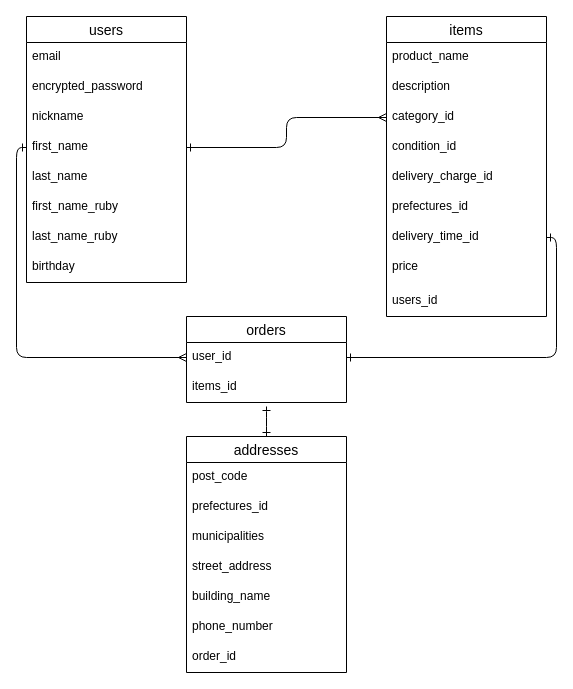
miotaro/furima-39960 keeps this draw.io diagram as furima_database_ER.dio. Above is the earlier version. Source tidied: cells renumbered, new cells numbered last; positions are measured from the earlier drawing's top-left corner, leaving out a move shared by most shapes. Both pictures are drawn from the tidied source at 100%, with x=0, y=0 at pixel (26, 16).
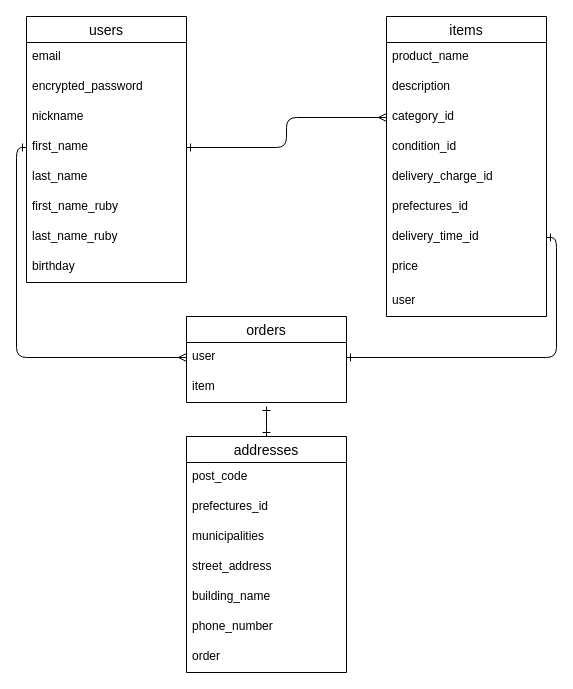
The same diagram, later.

Commit message (it also covers changes not shown here):
データベース設計（修正３）

Unchanged cells that the change refers to:
```xml
<mxCell id="11" value="items" style="swimlane;fontStyle=0;horizontal=1;startSize=26;align=center;fontSize=14;" parent="1" vertex="1">
  <mxGeometry x="360" width="160" height="300" as="geometry" />
</mxCell>
<mxCell id="21" value="orders" style="swimlane;fontStyle=0;horizontal=1;startSize=26;align=center;fontSize=14;" parent="1" vertex="1">
  <mxGeometry x="160" y="300" width="160" height="86" as="geometry" />
</mxCell>
<mxCell id="24" value="addresses" style="swimlane;fontStyle=0;horizontal=1;startSize=26;align=center;fontSize=14;" parent="1" vertex="1">
  <mxGeometry x="160" y="420" width="160" height="236" as="geometry" />
</mxCell>
```

Diff of the diagram source:
```diff
@@
-    <mxCell id="20" value="users_id" style="text;strokeColor=none;fillColor=none;spacingLeft=4;spacingRight=4;overflow=hidden;fontSize=12;" parent="11" vertex="1">
+    <mxCell id="20" value="user" style="text;strokeColor=none;fillColor=none;spacingLeft=4;spacingRight=4;overflow=hidden;fontSize=12;" parent="11" vertex="1">
       <mxGeometry y="270" width="160" height="30" as="geometry" />
     </mxCell>
@@
-    <mxCell id="22" value="user_id" style="text;strokeColor=none;fillColor=none;spacingLeft=4;spacingRight=4;overflow=hidden;points=[[0,0.5],[1,0.5]];portConstraint=eastwest;fontSize=12;" parent="21" vertex="1">
+    <mxCell id="22" value="user" style="text;strokeColor=none;fillColor=none;spacingLeft=4;spacingRight=4;overflow=hidden;points=[[0,0.5],[1,0.5]];portConstraint=eastwest;fontSize=12;" parent="21" vertex="1">
       <mxGeometry y="26" width="160" height="30" as="geometry" />
     </mxCell>
-    <mxCell id="23" value="items_id" style="text;strokeColor=none;fillColor=none;spacingLeft=4;spacingRight=4;overflow=hidden;fontSize=12;" parent="21" vertex="1">
+    <mxCell id="23" value="item" style="text;strokeColor=none;fillColor=none;spacingLeft=4;spacingRight=4;overflow=hidden;fontSize=12;" parent="21" vertex="1">
       <mxGeometry y="56" width="160" height="30" as="geometry" />
     </mxCell>
@@
-    <mxCell id="31" value="order_id" style="text;strokeColor=none;fillColor=none;spacingLeft=4;spacingRight=4;overflow=hidden;fontSize=12;" parent="24" vertex="1">
+    <mxCell id="31" value="order" style="text;strokeColor=none;fillColor=none;spacingLeft=4;spacingRight=4;overflow=hidden;fontSize=12;" parent="24" vertex="1">
       <mxGeometry y="206" width="160" height="30" as="geometry" />
     </mxCell>
```
